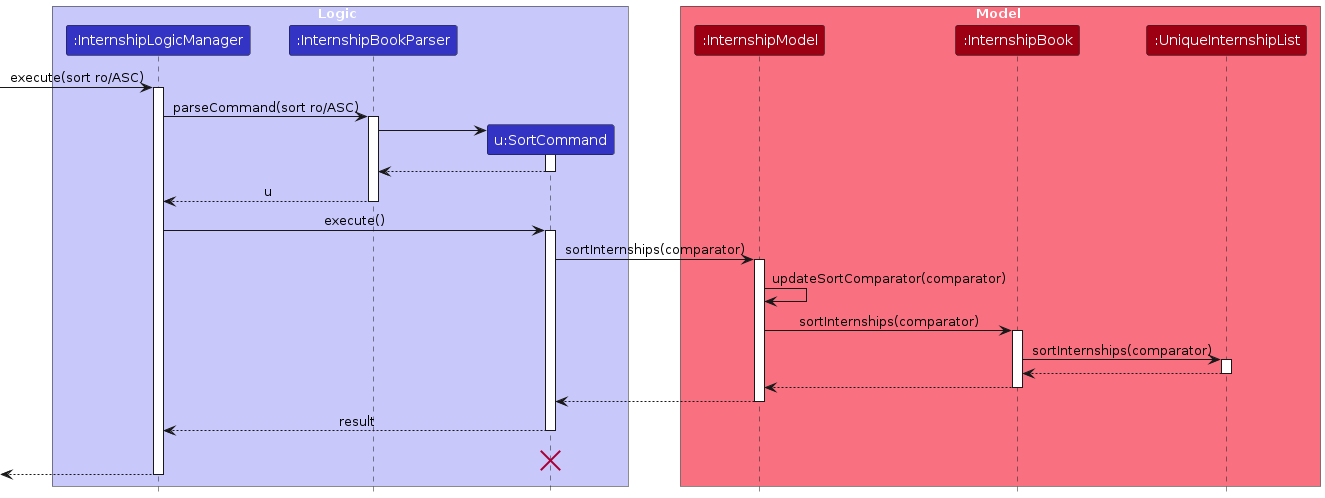
AY2324S1-CS2103T-W17-1/tp keeps this PlantUML diagram as diagrams/SortSequenceDiagram.png. Above is the earlier version. Its source is kept beside it as diagrams/SortSequenceDiagram.puml.
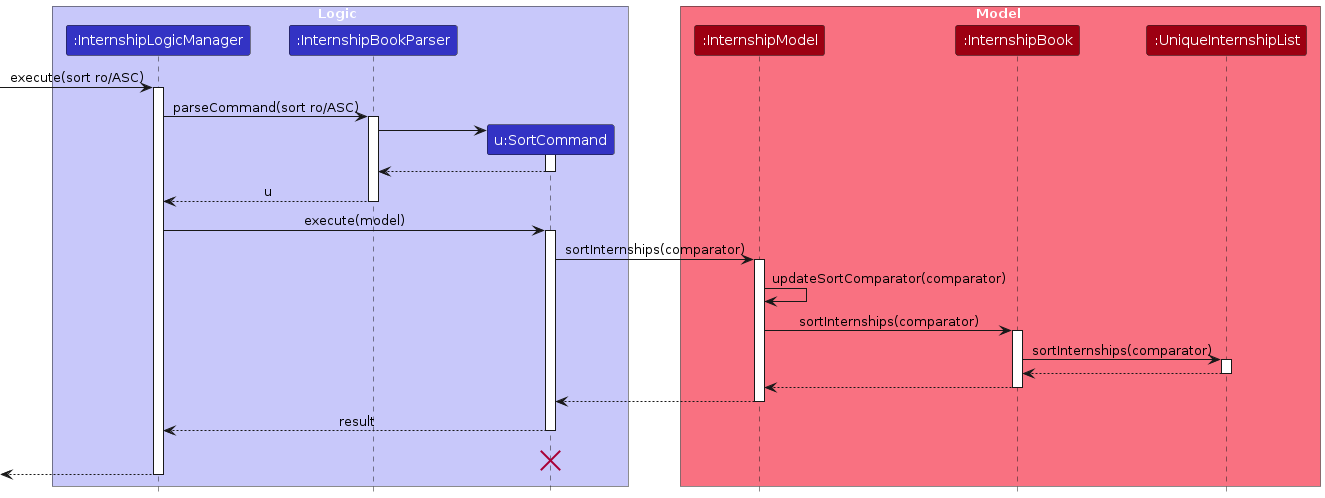
After the commit.

The edit, as a diff of the source:
```diff
@@ -30,7 +30,7 @@
 InternshipBookParser --> InternshipLogicManager : u
 deactivate InternshipBookParser
 
-InternshipLogicManager -> SortCommand : execute()
+InternshipLogicManager -> SortCommand : execute(model)
 activate SortCommand
 
 SortCommand -> InternshipModel : sortInternships(comparator)
```
